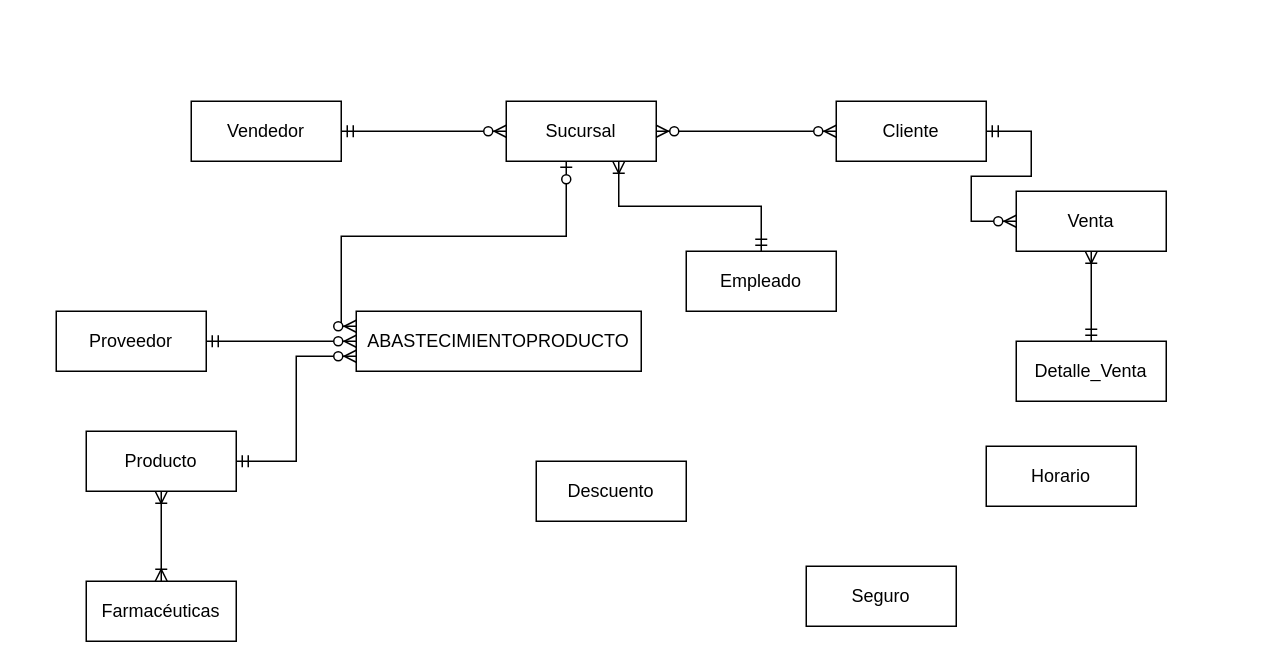
Rafael454Gonzalez/django-portfolio-simple keeps this draw.io diagram as Farmaceutica.drawio. Above is the earlier version. Source tidied: cells renumbered, new cells numbered last; positions are measured from the earlier drawing's top-left corner, leaving out a move shared by most shapes. Both pictures are drawn from the tidied source at 150%, with x=0, y=0 at pixel (56, 100).
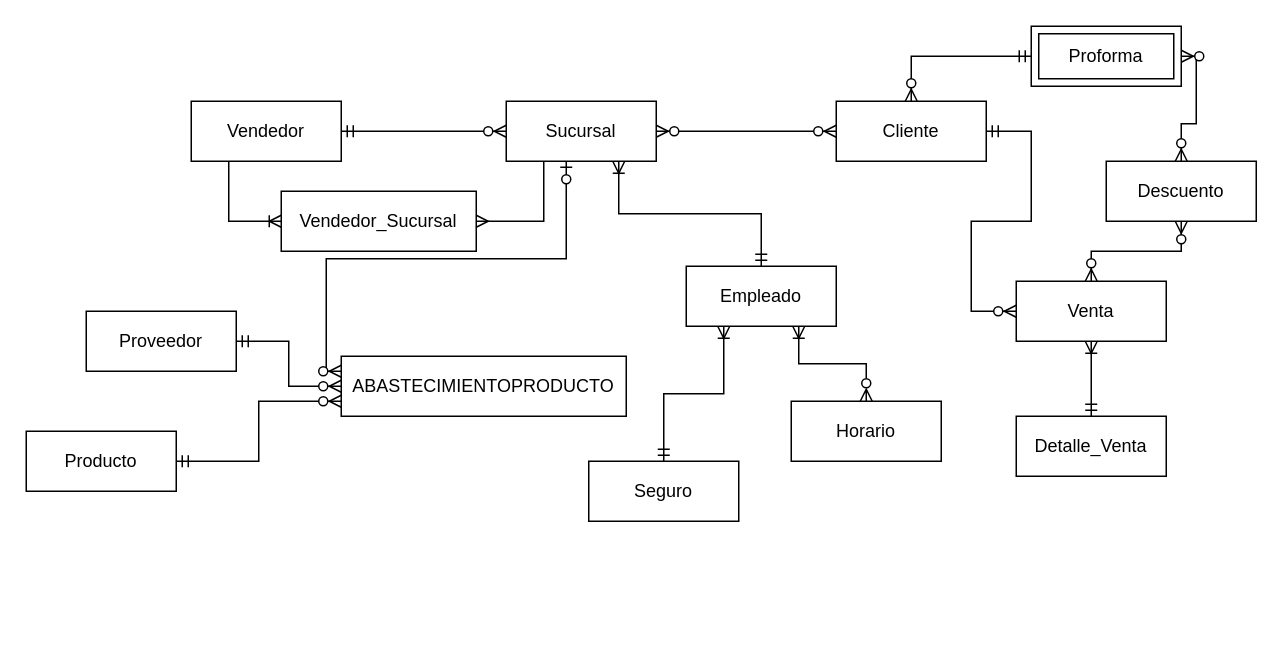
Above is the later version.

Unchanged cells that the change refers to:
```xml
<mxCell id="3" value="&lt;font style=&quot;border: 0px solid rgb(217, 217, 227); box-sizing: border-box; --tw-border-spacing-x: 0; --tw-border-spacing-y: 0; --tw-translate-x: 0; --tw-translate-y: 0; --tw-rotate: 0; --tw-skew-x: 0; --tw-skew-y: 0; --tw-scale-x: 1; --tw-scale-y: 1; --tw-pan-x: ; --tw-pan-y: ; --tw-pinch-zoom: ; --tw-scroll-snap-strictness: proximity; --tw-gradient-from-position: ; --tw-gradient-via-position: ; --tw-gradient-to-position: ; --tw-ordinal: ; --tw-slashed-zero: ; --tw-numeric-figure: ; --tw-numeric-spacing: ; --tw-numeric-fraction: ; --tw-ring-inset: ; --tw-ring-offset-width: 0px; --tw-ring-offset-color: #fff; --tw-ring-color: rgba(69,89,164,.5); --tw-ring-offset-shadow: 0 0 transparent; --tw-ring-shadow: 0 0 transparent; --tw-shadow: 0 0 transparent; --tw-shadow-colored: 0 0 transparent; --tw-blur: ; --tw-brightness: ; --tw-contrast: ; --tw-grayscale: ; --tw-hue-rotate: ; --tw-invert: ; --tw-saturate: ; --tw-sepia: ; --tw-drop-shadow: ; --tw-backdrop-blur: ; --tw-backdrop-brightness: ; --tw-backdrop-contrast: ; --tw-backdrop-grayscale: ; --tw-backdrop-hue-rotate: ; --tw-backdrop-invert: ; --tw-backdrop-opacity: ; --tw-backdrop-saturate: ; --tw-backdrop-sepia: ; vertical-align: inherit;&quot;&gt;Sucursal&lt;/font&gt;" style="whiteSpace=wrap;html=1;align=center;" parent="1" vertex="1">
  <mxGeometry x="300" width="100" height="40" as="geometry" />
</mxCell>
<mxCell id="4" value="&lt;font style=&quot;border: 0px solid rgb(217, 217, 227); box-sizing: border-box; --tw-border-spacing-x: 0; --tw-border-spacing-y: 0; --tw-translate-x: 0; --tw-translate-y: 0; --tw-rotate: 0; --tw-skew-x: 0; --tw-skew-y: 0; --tw-scale-x: 1; --tw-scale-y: 1; --tw-pan-x: ; --tw-pan-y: ; --tw-pinch-zoom: ; --tw-scroll-snap-strictness: proximity; --tw-gradient-from-position: ; --tw-gradient-via-position: ; --tw-gradient-to-position: ; --tw-ordinal: ; --tw-slashed-zero: ; --tw-numeric-figure: ; --tw-numeric-spacing: ; --tw-numeric-fraction: ; --tw-ring-inset: ; --tw-ring-offset-width: 0px; --tw-ring-offset-color: #fff; --tw-ring-color: rgba(69,89,164,.5); --tw-ring-offset-shadow: 0 0 transparent; --tw-ring-shadow: 0 0 transparent; --tw-shadow: 0 0 transparent; --tw-shadow-colored: 0 0 transparent; --tw-blur: ; --tw-brightness: ; --tw-contrast: ; --tw-grayscale: ; --tw-hue-rotate: ; --tw-invert: ; --tw-saturate: ; --tw-sepia: ; --tw-drop-shadow: ; --tw-backdrop-blur: ; --tw-backdrop-brightness: ; --tw-backdrop-contrast: ; --tw-backdrop-grayscale: ; --tw-backdrop-hue-rotate: ; --tw-backdrop-invert: ; --tw-backdrop-opacity: ; --tw-backdrop-saturate: ; --tw-backdrop-sepia: ; vertical-align: inherit;&quot;&gt;Cliente&lt;/font&gt;" style="whiteSpace=wrap;html=1;align=center;" parent="1" vertex="1">
  <mxGeometry x="520" width="100" height="40" as="geometry" />
</mxCell>
<mxCell id="12" value="&lt;font style=&quot;border: 0px solid rgb(217, 217, 227); box-sizing: border-box; --tw-border-spacing-x: 0; --tw-border-spacing-y: 0; --tw-translate-x: 0; --tw-translate-y: 0; --tw-rotate: 0; --tw-skew-x: 0; --tw-skew-y: 0; --tw-scale-x: 1; --tw-scale-y: 1; --tw-pan-x: ; --tw-pan-y: ; --tw-pinch-zoom: ; --tw-scroll-snap-strictness: proximity; --tw-gradient-from-position: ; --tw-gradient-via-position: ; --tw-gradient-to-position: ; --tw-ordinal: ; --tw-slashed-zero: ; --tw-numeric-figure: ; --tw-numeric-spacing: ; --tw-numeric-fraction: ; --tw-ring-inset: ; --tw-ring-offset-width: 0px; --tw-ring-offset-color: #fff; --tw-ring-color: rgba(69,89,164,.5); --tw-ring-offset-shadow: 0 0 transparent; --tw-ring-shadow: 0 0 transparent; --tw-shadow: 0 0 transparent; --tw-shadow-colored: 0 0 transparent; --tw-blur: ; --tw-brightness: ; --tw-contrast: ; --tw-grayscale: ; --tw-hue-rotate: ; --tw-invert: ; --tw-saturate: ; --tw-sepia: ; --tw-drop-shadow: ; --tw-backdrop-blur: ; --tw-backdrop-brightness: ; --tw-backdrop-contrast: ; --tw-backdrop-grayscale: ; --tw-backdrop-hue-rotate: ; --tw-backdrop-invert: ; --tw-backdrop-opacity: ; --tw-backdrop-saturate: ; --tw-backdrop-sepia: ; vertical-align: inherit;&quot;&gt;Vendedor&lt;/font&gt;" style="whiteSpace=wrap;html=1;align=center;" parent="1" vertex="1">
  <mxGeometry x="90" width="100" height="40" as="geometry" />
</mxCell>
```

What changed in the source:
```diff
@@
     <mxCell id="2" value="&lt;font style=&quot;border: 0px solid rgb(217, 217, 227); box-sizing: border-box; --tw-border-spacing-x: 0; --tw-border-spacing-y: 0; --tw-translate-x: 0; --tw-translate-y: 0; --tw-rotate: 0; --tw-skew-x: 0; --tw-skew-y: 0; --tw-scale-x: 1; --tw-scale-y: 1; --tw-pan-x: ; --tw-pan-y: ; --tw-pinch-zoom: ; --tw-scroll-snap-strictness: proximity; --tw-gradient-from-position: ; --tw-gradient-via-position: ; --tw-gradient-to-position: ; --tw-ordinal: ; --tw-slashed-zero: ; --tw-numeric-figure: ; --tw-numeric-spacing: ; --tw-numeric-fraction: ; --tw-ring-inset: ; --tw-ring-offset-width: 0px; --tw-ring-offset-color: #fff; --tw-ring-color: rgba(69,89,164,.5); --tw-ring-offset-shadow: 0 0 transparent; --tw-ring-shadow: 0 0 transparent; --tw-shadow: 0 0 transparent; --tw-shadow-colored: 0 0 transparent; --tw-blur: ; --tw-brightness: ; --tw-contrast: ; --tw-grayscale: ; --tw-hue-rotate: ; --tw-invert: ; --tw-saturate: ; --tw-sepia: ; --tw-drop-shadow: ; --tw-backdrop-blur: ; --tw-backdrop-brightness: ; --tw-backdrop-contrast: ; --tw-backdrop-grayscale: ; --tw-backdrop-hue-rotate: ; --tw-backdrop-invert: ; --tw-backdrop-opacity: ; --tw-backdrop-saturate: ; --tw-backdrop-sepia: ; vertical-align: inherit;&quot;&gt;Empleado&lt;/font&gt;" style="whiteSpace=wrap;html=1;align=center;" parent="1" vertex="1">
-      <mxGeometry x="420" y="100" width="100" height="40" as="geometry" />
+      <mxGeometry x="420" y="110" width="100" height="40" as="geometry" />
     </mxCell>
@@
     <mxCell id="5" value="&lt;font style=&quot;border: 0px solid rgb(217, 217, 227); box-sizing: border-box; --tw-border-spacing-x: 0; --tw-border-spacing-y: 0; --tw-translate-x: 0; --tw-translate-y: 0; --tw-rotate: 0; --tw-skew-x: 0; --tw-skew-y: 0; --tw-scale-x: 1; --tw-scale-y: 1; --tw-pan-x: ; --tw-pan-y: ; --tw-pinch-zoom: ; --tw-scroll-snap-strictness: proximity; --tw-gradient-from-position: ; --tw-gradient-via-position: ; --tw-gradient-to-position: ; --tw-ordinal: ; --tw-slashed-zero: ; --tw-numeric-figure: ; --tw-numeric-spacing: ; --tw-numeric-fraction: ; --tw-ring-inset: ; --tw-ring-offset-width: 0px; --tw-ring-offset-color: #fff; --tw-ring-color: rgba(69,89,164,.5); --tw-ring-offset-shadow: 0 0 transparent; --tw-ring-shadow: 0 0 transparent; --tw-shadow: 0 0 transparent; --tw-shadow-colored: 0 0 transparent; --tw-blur: ; --tw-brightness: ; --tw-contrast: ; --tw-grayscale: ; --tw-hue-rotate: ; --tw-invert: ; --tw-saturate: ; --tw-sepia: ; --tw-drop-shadow: ; --tw-backdrop-blur: ; --tw-backdrop-brightness: ; --tw-backdrop-contrast: ; --tw-backdrop-grayscale: ; --tw-backdrop-hue-rotate: ; --tw-backdrop-invert: ; --tw-backdrop-opacity: ; --tw-backdrop-saturate: ; --tw-backdrop-sepia: ; vertical-align: inherit;&quot;&gt;Producto&lt;/font&gt;" style="whiteSpace=wrap;html=1;align=center;" parent="1" vertex="1">
-      <mxGeometry x="20" y="220" width="100" height="40" as="geometry" />
+      <mxGeometry x="-20" y="220" width="100" height="40" as="geometry" />
     </mxCell>
     <mxCell id="6" value="&lt;font style=&quot;border: 0px solid rgb(217, 217, 227); box-sizing: border-box; --tw-border-spacing-x: 0; --tw-border-spacing-y: 0; --tw-translate-x: 0; --tw-translate-y: 0; --tw-rotate: 0; --tw-skew-x: 0; --tw-skew-y: 0; --tw-scale-x: 1; --tw-scale-y: 1; --tw-pan-x: ; --tw-pan-y: ; --tw-pinch-zoom: ; --tw-scroll-snap-strictness: proximity; --tw-gradient-from-position: ; --tw-gradient-via-position: ; --tw-gradient-to-position: ; --tw-ordinal: ; --tw-slashed-zero: ; --tw-numeric-figure: ; --tw-numeric-spacing: ; --tw-numeric-fraction: ; --tw-ring-inset: ; --tw-ring-offset-width: 0px; --tw-ring-offset-color: #fff; --tw-ring-color: rgba(69,89,164,.5); --tw-ring-offset-shadow: 0 0 transparent; --tw-ring-shadow: 0 0 transparent; --tw-shadow: 0 0 transparent; --tw-shadow-colored: 0 0 transparent; --tw-blur: ; --tw-brightness: ; --tw-contrast: ; --tw-grayscale: ; --tw-hue-rotate: ; --tw-invert: ; --tw-saturate: ; --tw-sepia: ; --tw-drop-shadow: ; --tw-backdrop-blur: ; --tw-backdrop-brightness: ; --tw-backdrop-contrast: ; --tw-backdrop-grayscale: ; --tw-backdrop-hue-rotate: ; --tw-backdrop-invert: ; --tw-backdrop-opacity: ; --tw-backdrop-saturate: ; --tw-backdrop-sepia: ; vertical-align: inherit;&quot;&gt;Proveedor&lt;/font&gt;" style="whiteSpace=wrap;html=1;align=center;" parent="1" vertex="1">
-      <mxGeometry y="140" width="100" height="40" as="geometry" />
+      <mxGeometry x="20" y="140" width="100" height="40" as="geometry" />
     </mxCell>
     <mxCell id="7" value="&lt;font style=&quot;border: 0px solid rgb(217, 217, 227); box-sizing: border-box; --tw-border-spacing-x: 0; --tw-border-spacing-y: 0; --tw-translate-x: 0; --tw-translate-y: 0; --tw-rotate: 0; --tw-skew-x: 0; --tw-skew-y: 0; --tw-scale-x: 1; --tw-scale-y: 1; --tw-pan-x: ; --tw-pan-y: ; --tw-pinch-zoom: ; --tw-scroll-snap-strictness: proximity; --tw-gradient-from-position: ; --tw-gradient-via-position: ; --tw-gradient-to-position: ; --tw-ordinal: ; --tw-slashed-zero: ; --tw-numeric-figure: ; --tw-numeric-spacing: ; --tw-numeric-fraction: ; --tw-ring-inset: ; --tw-ring-offset-width: 0px; --tw-ring-offset-color: #fff; --tw-ring-color: rgba(69,89,164,.5); --tw-ring-offset-shadow: 0 0 transparent; --tw-ring-shadow: 0 0 transparent; --tw-shadow: 0 0 transparent; --tw-shadow-colored: 0 0 transparent; --tw-blur: ; --tw-brightness: ; --tw-contrast: ; --tw-grayscale: ; --tw-hue-rotate: ; --tw-invert: ; --tw-saturate: ; --tw-sepia: ; --tw-drop-shadow: ; --tw-backdrop-blur: ; --tw-backdrop-brightness: ; --tw-backdrop-contrast: ; --tw-backdrop-grayscale: ; --tw-backdrop-hue-rotate: ; --tw-backdrop-invert: ; --tw-backdrop-opacity: ; --tw-backdrop-saturate: ; --tw-backdrop-sepia: ; vertical-align: inherit;&quot;&gt;Descuento&lt;/font&gt;" style="whiteSpace=wrap;html=1;align=center;" parent="1" vertex="1">
-      <mxGeometry x="320" y="240" width="100" height="40" as="geometry" />
+      <mxGeometry x="700" y="40" width="100" height="40" as="geometry" />
     </mxCell>
     <mxCell id="8" value="&lt;font style=&quot;border: 0px solid rgb(217, 217, 227); box-sizing: border-box; --tw-border-spacing-x: 0; --tw-border-spacing-y: 0; --tw-translate-x: 0; --tw-translate-y: 0; --tw-rotate: 0; --tw-skew-x: 0; --tw-skew-y: 0; --tw-scale-x: 1; --tw-scale-y: 1; --tw-pan-x: ; --tw-pan-y: ; --tw-pinch-zoom: ; --tw-scroll-snap-strictness: proximity; --tw-gradient-from-position: ; --tw-gradient-via-position: ; --tw-gradient-to-position: ; --tw-ordinal: ; --tw-slashed-zero: ; --tw-numeric-figure: ; --tw-numeric-spacing: ; --tw-numeric-fraction: ; --tw-ring-inset: ; --tw-ring-offset-width: 0px; --tw-ring-offset-color: #fff; --tw-ring-color: rgba(69,89,164,.5); --tw-ring-offset-shadow: 0 0 transparent; --tw-ring-shadow: 0 0 transparent; --tw-shadow: 0 0 transparent; --tw-shadow-colored: 0 0 transparent; --tw-blur: ; --tw-brightness: ; --tw-contrast: ; --tw-grayscale: ; --tw-hue-rotate: ; --tw-invert: ; --tw-saturate: ; --tw-sepia: ; --tw-drop-shadow: ; --tw-backdrop-blur: ; --tw-backdrop-brightness: ; --tw-backdrop-contrast: ; --tw-backdrop-grayscale: ; --tw-backdrop-hue-rotate: ; --tw-backdrop-invert: ; --tw-backdrop-opacity: ; --tw-backdrop-saturate: ; --tw-backdrop-sepia: ; vertical-align: inherit;&quot;&gt;Venta&lt;/font&gt;" style="whiteSpace=wrap;html=1;align=center;" parent="1" vertex="1">
-      <mxGeometry x="640" y="60" width="100" height="40" as="geometry" />
+      <mxGeometry x="640" y="120" width="100" height="40" as="geometry" />
     </mxCell>
     <mxCell id="9" value="&lt;font style=&quot;border: 0px solid rgb(217, 217, 227); box-sizing: border-box; --tw-border-spacing-x: 0; --tw-border-spacing-y: 0; --tw-translate-x: 0; --tw-translate-y: 0; --tw-rotate: 0; --tw-skew-x: 0; --tw-skew-y: 0; --tw-scale-x: 1; --tw-scale-y: 1; --tw-pan-x: ; --tw-pan-y: ; --tw-pinch-zoom: ; --tw-scroll-snap-strictness: proximity; --tw-gradient-from-position: ; --tw-gradient-via-position: ; --tw-gradient-to-position: ; --tw-ordinal: ; --tw-slashed-zero: ; --tw-numeric-figure: ; --tw-numeric-spacing: ; --tw-numeric-fraction: ; --tw-ring-inset: ; --tw-ring-offset-width: 0px; --tw-ring-offset-color: #fff; --tw-ring-color: rgba(69,89,164,.5); --tw-ring-offset-shadow: 0 0 transparent; --tw-ring-shadow: 0 0 transparent; --tw-shadow: 0 0 transparent; --tw-shadow-colored: 0 0 transparent; --tw-blur: ; --tw-brightness: ; --tw-contrast: ; --tw-grayscale: ; --tw-hue-rotate: ; --tw-invert: ; --tw-saturate: ; --tw-sepia: ; --tw-drop-shadow: ; --tw-backdrop-blur: ; --tw-backdrop-brightness: ; --tw-backdrop-contrast: ; --tw-backdrop-grayscale: ; --tw-backdrop-hue-rotate: ; --tw-backdrop-invert: ; --tw-backdrop-opacity: ; --tw-backdrop-saturate: ; --tw-backdrop-sepia: ; vertical-align: inherit;&quot;&gt;Seguro&lt;/font&gt;" style="whiteSpace=wrap;html=1;align=center;" parent="1" vertex="1">
-      <mxGeometry x="500" y="310" width="100" height="40" as="geometry" />
+      <mxGeometry x="355" y="240" width="100" height="40" as="geometry" />
     </mxCell>
     <mxCell id="10" value="&lt;font style=&quot;border: 0px solid rgb(217, 217, 227); box-sizing: border-box; --tw-border-spacing-x: 0; --tw-border-spacing-y: 0; --tw-translate-x: 0; --tw-translate-y: 0; --tw-rotate: 0; --tw-skew-x: 0; --tw-skew-y: 0; --tw-scale-x: 1; --tw-scale-y: 1; --tw-pan-x: ; --tw-pan-y: ; --tw-pinch-zoom: ; --tw-scroll-snap-strictness: proximity; --tw-gradient-from-position: ; --tw-gradient-via-position: ; --tw-gradient-to-position: ; --tw-ordinal: ; --tw-slashed-zero: ; --tw-numeric-figure: ; --tw-numeric-spacing: ; --tw-numeric-fraction: ; --tw-ring-inset: ; --tw-ring-offset-width: 0px; --tw-ring-offset-color: #fff; --tw-ring-color: rgba(69,89,164,.5); --tw-ring-offset-shadow: 0 0 transparent; --tw-ring-shadow: 0 0 transparent; --tw-shadow: 0 0 transparent; --tw-shadow-colored: 0 0 transparent; --tw-blur: ; --tw-brightness: ; --tw-contrast: ; --tw-grayscale: ; --tw-hue-rotate: ; --tw-invert: ; --tw-saturate: ; --tw-sepia: ; --tw-drop-shadow: ; --tw-backdrop-blur: ; --tw-backdrop-brightness: ; --tw-backdrop-contrast: ; --tw-backdrop-grayscale: ; --tw-backdrop-hue-rotate: ; --tw-backdrop-invert: ; --tw-backdrop-opacity: ; --tw-backdrop-saturate: ; --tw-backdrop-sepia: ; vertical-align: inherit;&quot;&gt;Horario&lt;/font&gt;" style="whiteSpace=wrap;html=1;align=center;" parent="1" vertex="1">
-      <mxGeometry x="620" y="230" width="100" height="40" as="geometry" />
+      <mxGeometry x="490" y="200" width="100" height="40" as="geometry" />
     </mxCell>
-    <mxCell id="11" value="&lt;font style=&quot;border: 0px solid rgb(217, 217, 227); box-sizing: border-box; --tw-border-spacing-x: 0; --tw-border-spacing-y: 0; --tw-translate-x: 0; --tw-translate-y: 0; --tw-rotate: 0; --tw-skew-x: 0; --tw-skew-y: 0; --tw-scale-x: 1; --tw-scale-y: 1; --tw-pan-x: ; --tw-pan-y: ; --tw-pinch-zoom: ; --tw-scroll-snap-strictness: proximity; --tw-gradient-from-position: ; --tw-gradient-via-position: ; --tw-gradient-to-position: ; --tw-ordinal: ; --tw-slashed-zero: ; --tw-numeric-figure: ; --tw-numeric-spacing: ; --tw-numeric-fraction: ; --tw-ring-inset: ; --tw-ring-offset-width: 0px; --tw-ring-offset-color: #fff; --tw-ring-color: rgba(69,89,164,.5); --tw-ring-offset-shadow: 0 0 transparent; --tw-ring-shadow: 0 0 transparent; --tw-shadow: 0 0 transparent; --tw-shadow-colored: 0 0 transparent; --tw-blur: ; --tw-brightness: ; --tw-contrast: ; --tw-grayscale: ; --tw-hue-rotate: ; --tw-invert: ; --tw-saturate: ; --tw-sepia: ; --tw-drop-shadow: ; --tw-backdrop-blur: ; --tw-backdrop-brightness: ; --tw-backdrop-contrast: ; --tw-backdrop-grayscale: ; --tw-backdrop-hue-rotate: ; --tw-backdrop-invert: ; --tw-backdrop-opacity: ; --tw-backdrop-saturate: ; --tw-backdrop-sepia: ; vertical-align: inherit;&quot;&gt;Farmacéuticas&lt;/font&gt;" style="whiteSpace=wrap;html=1;align=center;" parent="1" vertex="1">
-      <mxGeometry x="20" y="320" width="100" height="40" as="geometry" />
-    </mxCell>
@@
     <mxCell id="14" value="&lt;font style=&quot;border: 0px solid rgb(217, 217, 227); box-sizing: border-box; --tw-border-spacing-x: 0; --tw-border-spacing-y: 0; --tw-translate-x: 0; --tw-translate-y: 0; --tw-rotate: 0; --tw-skew-x: 0; --tw-skew-y: 0; --tw-scale-x: 1; --tw-scale-y: 1; --tw-pan-x: ; --tw-pan-y: ; --tw-pinch-zoom: ; --tw-scroll-snap-strictness: proximity; --tw-gradient-from-position: ; --tw-gradient-via-position: ; --tw-gradient-to-position: ; --tw-ordinal: ; --tw-slashed-zero: ; --tw-numeric-figure: ; --tw-numeric-spacing: ; --tw-numeric-fraction: ; --tw-ring-inset: ; --tw-ring-offset-width: 0px; --tw-ring-offset-color: #fff; --tw-ring-color: rgba(69,89,164,.5); --tw-ring-offset-shadow: 0 0 transparent; --tw-ring-shadow: 0 0 transparent; --tw-shadow: 0 0 transparent; --tw-shadow-colored: 0 0 transparent; --tw-blur: ; --tw-brightness: ; --tw-contrast: ; --tw-grayscale: ; --tw-hue-rotate: ; --tw-invert: ; --tw-saturate: ; --tw-sepia: ; --tw-drop-shadow: ; --tw-backdrop-blur: ; --tw-backdrop-brightness: ; --tw-backdrop-contrast: ; --tw-backdrop-grayscale: ; --tw-backdrop-hue-rotate: ; --tw-backdrop-invert: ; --tw-backdrop-opacity: ; --tw-backdrop-saturate: ; --tw-backdrop-sepia: ; vertical-align: inherit;&quot;&gt;ABASTECIMIENTOPRODUCTO&lt;/font&gt;" style="whiteSpace=wrap;html=1;align=center;" parent="1" vertex="1">
-      <mxGeometry x="200" y="140" width="190" height="40" as="geometry" />
+      <mxGeometry x="190" y="170" width="190" height="40" as="geometry" />
     </mxCell>
-    <mxCell id="15" style="edgeStyle=entityRelationEdgeStyle;fontSize=12;html=1;endArrow=ERzeroToMany;startArrow=ERmandOne;rounded=0;entryX=0;entryY=0.5;entryDx=0;entryDy=0;exitX=1;exitY=0.5;exitDx=0;exitDy=0;" parent="1" edge="1" source="6" target="14">
+    <mxCell id="15" style="edgeStyle=orthogonalEdgeStyle;fontSize=12;html=1;endArrow=ERzeroToMany;startArrow=ERmandOne;rounded=0;entryX=0;entryY=0.5;entryDx=0;entryDy=0;exitX=1;exitY=0.5;exitDx=0;exitDy=0;" parent="1" edge="1" source="6" target="14">
       <mxGeometry relative="1" as="geometry" />
     </mxCell>
@@
     <mxCell id="20" value="Detalle_Venta" style="whiteSpace=wrap;html=1;align=center;" parent="1" vertex="1">
-      <mxGeometry x="640" y="160" width="100" height="40" as="geometry" />
+      <mxGeometry x="640" y="210" width="100" height="40" as="geometry" />
     </mxCell>
@@
-    <mxCell id="22" style="edgeStyle=elbowEdgeStyle;fontSize=12;html=1;endArrow=ERoneToMany;startArrow=ERoneToMany;rounded=0;entryX=0.5;entryY=1;entryDx=0;entryDy=0;exitX=0.5;exitY=0;exitDx=0;exitDy=0;" parent="1" edge="1" source="11" target="5">
-      <mxGeometry relative="1" as="geometry" />
-    </mxCell>
@@
+    <mxCell id="24" style="edgeStyle=orthogonalEdgeStyle;fontSize=12;html=1;endArrow=ERoneToMany;startArrow=ERzeroToMany;rounded=0;entryX=0.75;entryY=1;entryDx=0;entryDy=0;exitX=0.5;exitY=0;exitDx=0;exitDy=0;endFill=0;startFill=0;" parent="1" edge="1" source="10" target="2">
+      <mxGeometry relative="1" as="geometry" />
+    </mxCell>
+    <mxCell id="25" style="edgeStyle=orthogonalEdgeStyle;fontSize=12;html=1;endArrow=ERzeroToMany;endFill=1;startArrow=ERzeroToMany;rounded=0;exitX=0.5;exitY=0;exitDx=0;exitDy=0;entryX=0.5;entryY=1;entryDx=0;entryDy=0;" parent="1" edge="1" source="8" target="7">
+      <mxGeometry relative="1" as="geometry" />
+    </mxCell>
+    <mxCell id="26" style="edgeStyle=orthogonalEdgeStyle;fontSize=12;html=1;endArrow=ERoneToMany;startArrow=ERmandOne;rounded=0;entryX=0.25;entryY=1;entryDx=0;entryDy=0;exitX=0.5;exitY=0;exitDx=0;exitDy=0;" parent="1" edge="1" source="9" target="2">
+      <mxGeometry relative="1" as="geometry" />
+    </mxCell>
+    <mxCell id="27" value="Proforma" style="shape=ext;margin=3;double=1;whiteSpace=wrap;html=1;align=center;" parent="1" vertex="1">
+      <mxGeometry x="650" y="-50" width="100" height="40" as="geometry" />
+    </mxCell>
+    <mxCell id="28" value="&lt;font style=&quot;border: 0px solid rgb(217, 217, 227); box-sizing: border-box; --tw-border-spacing-x: 0; --tw-border-spacing-y: 0; --tw-translate-x: 0; --tw-translate-y: 0; --tw-rotate: 0; --tw-skew-x: 0; --tw-skew-y: 0; --tw-scale-x: 1; --tw-scale-y: 1; --tw-pan-x: ; --tw-pan-y: ; --tw-pinch-zoom: ; --tw-scroll-snap-strictness: proximity; --tw-gradient-from-position: ; --tw-gradient-via-position: ; --tw-gradient-to-position: ; --tw-ordinal: ; --tw-slashed-zero: ; --tw-numeric-figure: ; --tw-numeric-spacing: ; --tw-numeric-fraction: ; --tw-ring-inset: ; --tw-ring-offset-width: 0px; --tw-ring-offset-color: #fff; --tw-ring-color: rgba(69,89,164,.5); --tw-ring-offset-shadow: 0 0 transparent; --tw-ring-shadow: 0 0 transparent; --tw-shadow: 0 0 transparent; --tw-shadow-colored: 0 0 transparent; --tw-blur: ; --tw-brightness: ; --tw-contrast: ; --tw-grayscale: ; --tw-hue-rotate: ; --tw-invert: ; --tw-saturate: ; --tw-sepia: ; --tw-drop-shadow: ; --tw-backdrop-blur: ; --tw-backdrop-brightness: ; --tw-backdrop-contrast: ; --tw-backdrop-grayscale: ; --tw-backdrop-hue-rotate: ; --tw-backdrop-invert: ; --tw-backdrop-opacity: ; --tw-backdrop-saturate: ; --tw-backdrop-sepia: ; vertical-align: inherit;&quot;&gt;Vendedor_Sucursal&lt;/font&gt;" style="whiteSpace=wrap;html=1;align=center;" parent="1" vertex="1">
+      <mxGeometry x="150" y="60" width="130" height="40" as="geometry" />
+    </mxCell>
+    <mxCell id="29" style="edgeStyle=orthogonalEdgeStyle;fontSize=12;html=1;endArrow=ERoneToMany;rounded=0;exitX=0.25;exitY=1;exitDx=0;exitDy=0;entryX=0;entryY=0.5;entryDx=0;entryDy=0;" parent="1" edge="1" source="12" target="28">
+      <mxGeometry relative="1" as="geometry" />
+    </mxCell>
+    <mxCell id="30" style="edgeStyle=orthogonalEdgeStyle;fontSize=12;html=1;endArrow=ERmany;rounded=0;entryX=1;entryY=0.5;entryDx=0;entryDy=0;exitX=0.25;exitY=1;exitDx=0;exitDy=0;" parent="1" edge="1" source="3" target="28">
+      <mxGeometry relative="1" as="geometry" />
+    </mxCell>
+    <mxCell id="31" style="edgeStyle=orthogonalEdgeStyle;fontSize=12;html=1;endArrow=ERzeroToMany;startArrow=ERmandOne;rounded=0;entryX=0.5;entryY=0;entryDx=0;entryDy=0;exitX=0;exitY=0.5;exitDx=0;exitDy=0;" parent="1" edge="1" source="27" target="4">
+      <mxGeometry relative="1" as="geometry" />
+    </mxCell>
+    <mxCell id="32" style="edgeStyle=orthogonalEdgeStyle;fontSize=12;html=1;endArrow=ERzeroToMany;endFill=1;startArrow=ERzeroToMany;rounded=0;entryX=1;entryY=0.5;entryDx=0;entryDy=0;exitX=0.5;exitY=0;exitDx=0;exitDy=0;" parent="1" edge="1" source="7" target="27">
+      <mxGeometry relative="1" as="geometry" />
+    </mxCell>
```
